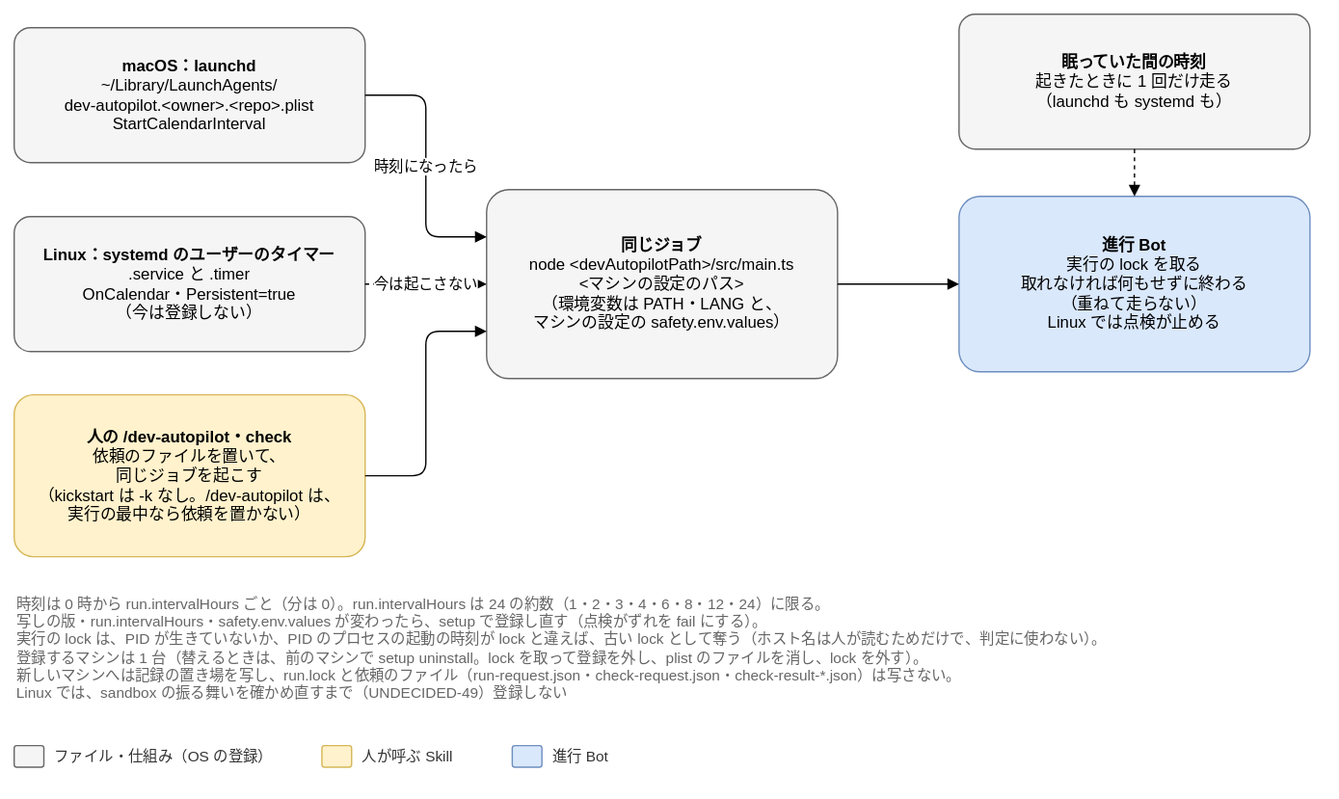
Above: docs/design/basic/diagrams/04-schedule.drawio.svg in Joymerrevent/dev-autopilot (draw.io), before the change. Source tidied: cells renumbered, new cells last; positions are measured from the earlier drawing's top-left corner, leaving out a move shared by most shapes.
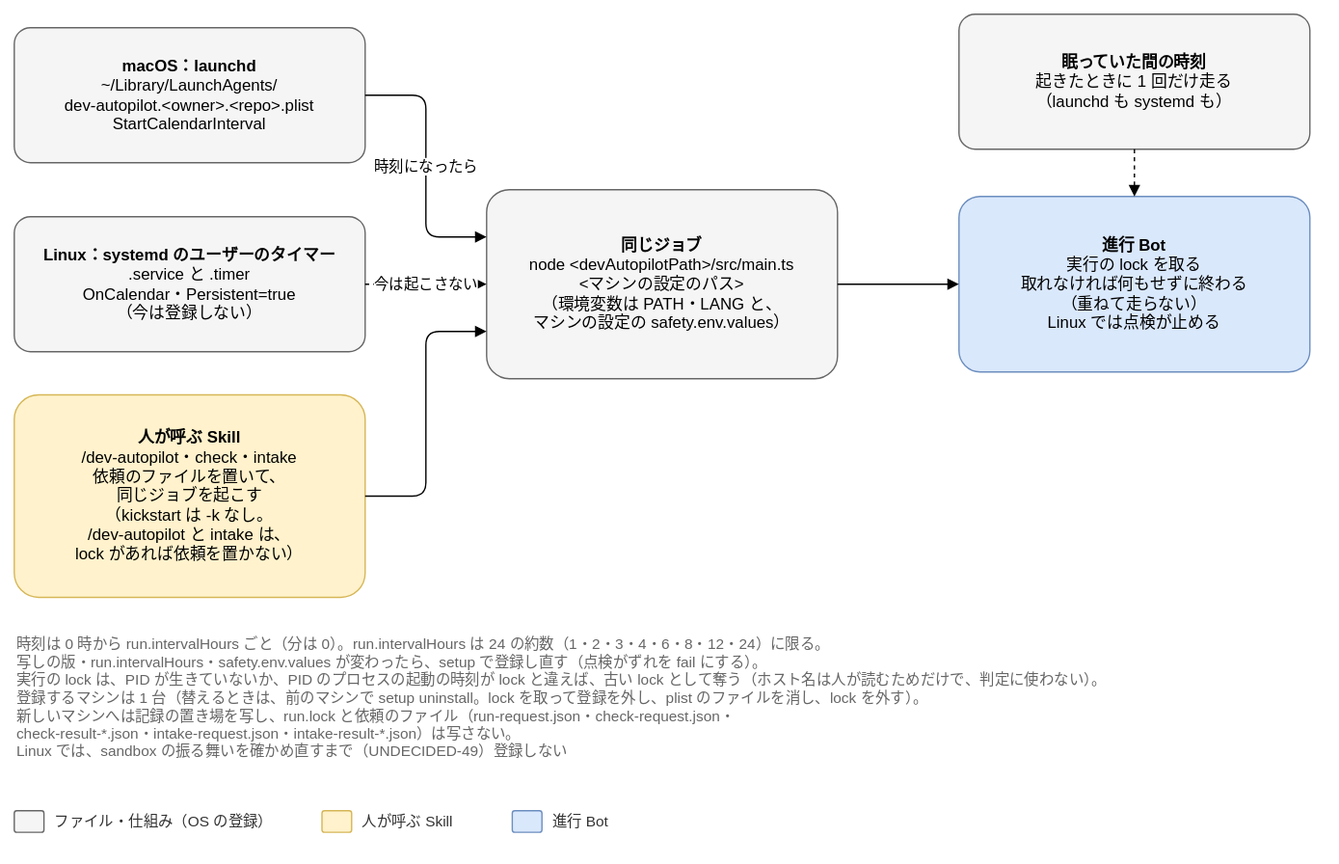
After the commit.

Commit message:
docs: intake の Skill の動かし方を決めた ADR-20261022-004 を、図に反映する

Change to the diagram source:
```diff
@@ -8,8 +8,8 @@
     <mxCell id="3" value="&lt;b&gt;Linux：systemd のユーザーのタイマー&lt;/b&gt;&lt;br&gt;.service と .timer&lt;br&gt;OnCalendar・Persistent=true&lt;br&gt;（今は登録しない）" style="rounded=1;whiteSpace=wrap;html=1;fontSize=12;arcSize=12;spacing=12;fillColor=#f5f5f5;strokeColor=#666666;" parent="1" vertex="1">
       <mxGeometry y="150" width="260" height="100" as="geometry" />
     </mxCell>
-    <mxCell id="4" value="&lt;b&gt;人の /dev-autopilot・check&lt;/b&gt;&lt;br&gt;依頼のファイルを置いて、&lt;br&gt;同じジョブを起こす&lt;br&gt;（kickstart は -k なし。/dev-autopilot は、&lt;br&gt;実行の最中なら依頼を置かない）" style="rounded=1;whiteSpace=wrap;html=1;fontSize=12;arcSize=12;spacing=12;fillColor=#fff2cc;strokeColor=#d6b656;" parent="1" vertex="1">
-      <mxGeometry y="282" width="260" height="120" as="geometry" />
+    <mxCell id="4" value="&lt;b&gt;人が呼ぶ Skill&lt;/b&gt;&lt;br&gt;/dev-autopilot・check・intake&lt;br&gt;依頼のファイルを置いて、&lt;br&gt;同じジョブを起こす&lt;br&gt;（kickstart は -k なし。&lt;br&gt;/dev-autopilot と intake は、&lt;br&gt;lock があれば依頼を置かない）" style="rounded=1;whiteSpace=wrap;html=1;fontSize=12;arcSize=12;spacing=12;fillColor=#fff2cc;strokeColor=#d6b656;" parent="1" vertex="1">
+      <mxGeometry y="282" width="260" height="150" as="geometry" />
     </mxCell>
     <mxCell id="5" value="&lt;b&gt;同じジョブ&lt;/b&gt;&lt;br&gt;node &amp;lt;devAutopilotPath&amp;gt;/src/main.ts&lt;br&gt;&amp;lt;マシンの設定のパス&amp;gt;&lt;br&gt;（環境変数は PATH・LANG と、&lt;br&gt;マシンの設定の safety.env.values）" style="rounded=1;whiteSpace=wrap;html=1;fontSize=12;arcSize=12;spacing=12;fillColor=#f5f5f5;strokeColor=#666666;" parent="1" vertex="1">
       <mxGeometry x="350" y="130" width="260" height="140" as="geometry" />
@@ -35,26 +35,26 @@
     <mxCell id="12" style="edgeStyle=orthogonalEdgeStyle;rounded=1;html=1;endArrow=block;endFill=1;fontSize=11;labelBackgroundColor=#ffffff;dashed=1;exitX=0.5;exitY=1;exitDx=0;exitDy=0;entryX=0.5;entryY=0;entryDx=0;entryDy=0;" parent="1" edge="1" source="11" target="9">
       <mxGeometry relative="1" as="geometry" />
     </mxCell>
-    <mxCell id="13" value="時刻は 0 時から run.intervalHours ごと（分は 0）。run.intervalHours は 24 の約数（1・2・3・4・6・8・12・24）に限る。&lt;br&gt;写しの版・run.intervalHours・safety.env.values が変わったら、setup で登録し直す（点検がずれを fail にする）。&lt;br&gt;実行の lock は、PID が生きていないか、PID のプロセスの起動の時刻が lock と違えば、古い lock として奪う（ホスト名は人が読むためだけで、判定に使わない）。&lt;br&gt;登録するマシンは 1 台（替えるときは、前のマシンで setup uninstall。lock を取って登録を外し、plist のファイルを消し、lock を外す）。&lt;br&gt;新しいマシンへは記録の置き場を写し、run.lock と依頼のファイル（run-request.json・check-request.json・check-result-*.json）は写さない。&lt;br&gt;Linux では、sandbox の振る舞いを確かめ直すまで（UNDECIDED-49）登録しない" style="text;html=1;whiteSpace=wrap;align=left;verticalAlign=top;fontSize=11;fontColor=#666666;" parent="1" vertex="1">
-      <mxGeometry y="424" width="960" height="100" as="geometry" />
+    <mxCell id="13" value="時刻は 0 時から run.intervalHours ごと（分は 0）。run.intervalHours は 24 の約数（1・2・3・4・6・8・12・24）に限る。&lt;br&gt;写しの版・run.intervalHours・safety.env.values が変わったら、setup で登録し直す（点検がずれを fail にする）。&lt;br&gt;実行の lock は、PID が生きていないか、PID のプロセスの起動の時刻が lock と違えば、古い lock として奪う（ホスト名は人が読むためだけで、判定に使わない）。&lt;br&gt;登録するマシンは 1 台（替えるときは、前のマシンで setup uninstall。lock を取って登録を外し、plist のファイルを消し、lock を外す）。&lt;br&gt;新しいマシンへは記録の置き場を写し、run.lock と依頼のファイル（run-request.json・check-request.json・&lt;br&gt;check-result-*.json・intake-request.json・intake-result-*.json）は写さない。&lt;br&gt;Linux では、sandbox の振る舞いを確かめ直すまで（UNDECIDED-49）登録しない" style="text;html=1;whiteSpace=wrap;align=left;verticalAlign=top;fontSize=11;fontColor=#666666;" parent="1" vertex="1">
+      <mxGeometry y="454" width="960" height="118" as="geometry" />
     </mxCell>
     <mxCell id="14" style="rounded=1;whiteSpace=wrap;html=1;fontSize=12;arcSize=12;spacing=12;fillColor=#f5f5f5;strokeColor=#666666;" parent="1" vertex="1">
-      <mxGeometry y="542" width="22" height="16" as="geometry" />
+      <mxGeometry y="590" width="22" height="16" as="geometry" />
     </mxCell>
     <mxCell id="15" value="ファイル・仕組み（OS の登録）" style="text;html=1;align=left;verticalAlign=middle;fontSize=11;fontColor=#333333;" parent="1" vertex="1">
-      <mxGeometry x="28" y="540" width="184" height="20" as="geometry" />
+      <mxGeometry x="28" y="588" width="184" height="20" as="geometry" />
     </mxCell>
     <mxCell id="16" style="rounded=1;whiteSpace=wrap;html=1;fontSize=12;arcSize=12;spacing=12;fillColor=#fff2cc;strokeColor=#d6b656;" parent="1" vertex="1">
-      <mxGeometry x="228" y="542" width="22" height="16" as="geometry" />
+      <mxGeometry x="228" y="590" width="22" height="16" as="geometry" />
     </mxCell>
     <mxCell id="17" value="人が呼ぶ Skill" style="text;html=1;align=left;verticalAlign=middle;fontSize=11;fontColor=#333333;" parent="1" vertex="1">
-      <mxGeometry x="256" y="540" width="97" height="20" as="geometry" />
+      <mxGeometry x="256" y="588" width="97" height="20" as="geometry" />
     </mxCell>
     <mxCell id="18" style="rounded=1;whiteSpace=wrap;html=1;fontSize=12;arcSize=12;spacing=12;fillColor=#dae8fc;strokeColor=#6c8ebf;" parent="1" vertex="1">
-      <mxGeometry x="369" y="542" width="22" height="16" as="geometry" />
+      <mxGeometry x="369" y="590" width="22" height="16" as="geometry" />
     </mxCell>
     <mxCell id="19" value="進行 Bot" style="text;html=1;align=left;verticalAlign=middle;fontSize=11;fontColor=#333333;" parent="1" vertex="1">
-      <mxGeometry x="397" y="540" width="59" height="20" as="geometry" />
+      <mxGeometry x="397" y="588" width="59" height="20" as="geometry" />
     </mxCell>
   </root>
 </mxGraphModel>
```
